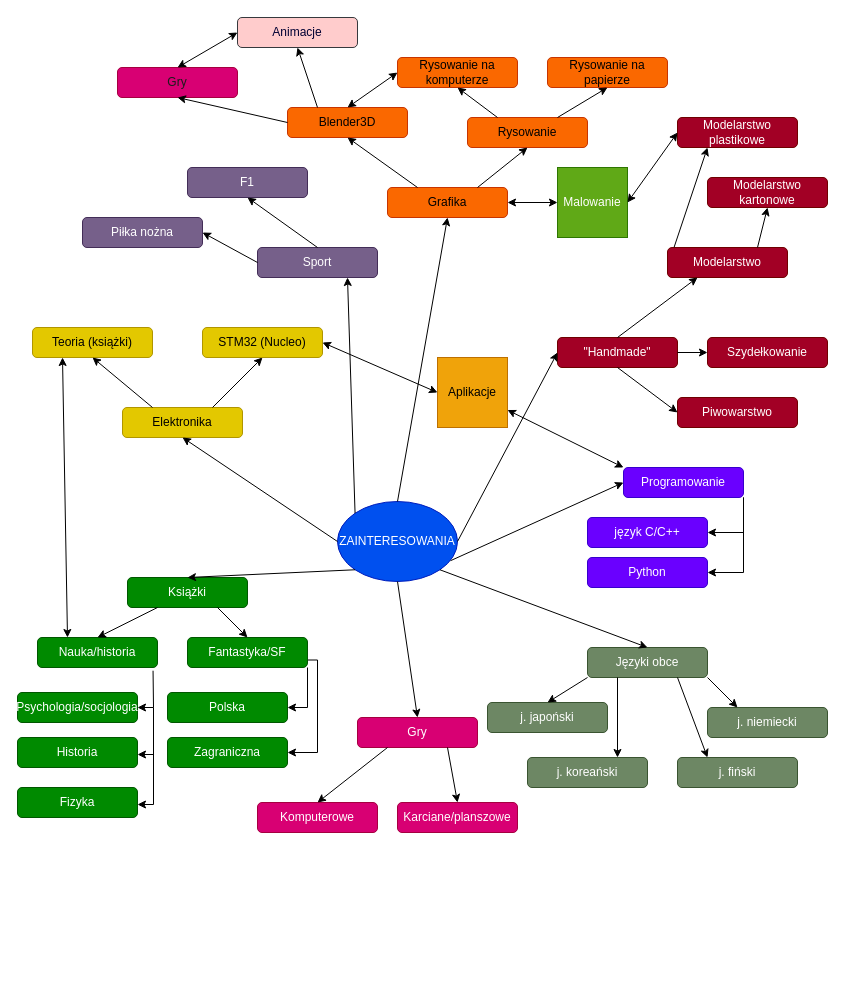
Dexmo-7/myWarmingUp keeps this draw.io diagram as Diagram bez tytułu.drawio. Above is the earlier version. Source tidied: cells renumbered, new cells numbered last; positions are measured from the earlier drawing's top-left corner, leaving out a move shared by most shapes. Both pictures are drawn from the tidied source at 100%, with x=0, y=0 at pixel (17, 17).
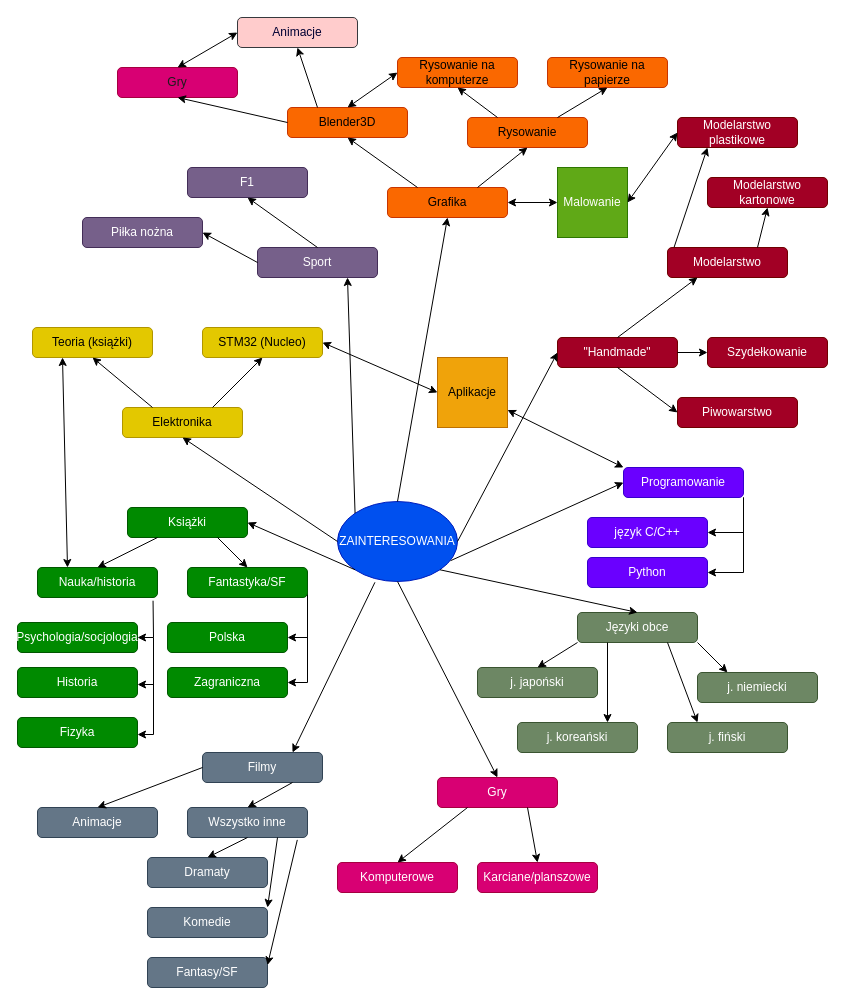
After the change.

Unchanged cells that the change refers to:
```xml
<mxCell id="6" value="ZAINTERESOWANIA" style="ellipse;whiteSpace=wrap;html=1;fillColor=#0050ef;strokeColor=#001DBC;fontColor=#ffffff;" parent="1" vertex="1">
  <mxGeometry x="320" y="484" width="120" height="80" as="geometry" />
</mxCell>
```

Diff of the diagram source:
```diff
@@
     <mxCell id="17" value="Książki" style="rounded=1;whiteSpace=wrap;html=1;fillColor=#008a00;fontColor=#ffffff;strokeColor=#005700;" parent="1" vertex="1">
-      <mxGeometry x="110" y="560" width="120" height="30" as="geometry" />
+      <mxGeometry x="110" y="490" width="120" height="30" as="geometry" />
     </mxCell>
-    <mxCell id="18" style="endArrow=classic;html=1;rounded=0;exitX=0;exitY=1;exitDx=0;exitDy=0;entryX=0.5;entryY=0;entryDx=0;entryDy=0;" parent="1" edge="1" source="6" target="17">
+    <mxCell id="18" style="endArrow=classic;html=1;rounded=0;exitX=0;exitY=1;exitDx=0;exitDy=0;entryX=1;entryY=0.5;entryDx=0;entryDy=0;" parent="1" edge="1" source="6" target="17">
       <mxGeometry relative="1" as="geometry" />
     </mxCell>
@@
     <mxCell id="20" style="edgeStyle=orthogonalEdgeStyle;rounded=0;jettySize=auto;html=1;entryX=1;entryY=0.5;entryDx=0;entryDy=0;exitX=1;exitY=0.75;exitDx=0;exitDy=0;" parent="1" edge="1" source="21" target="60">
       <mxGeometry relative="1" as="geometry">
         <Array as="points">
-          <mxPoint x="300" y="643" />
-          <mxPoint x="300" y="735" />
+          <mxPoint x="290" y="665" />
         </Array>
       </mxGeometry>
     </mxCell>
     <mxCell id="21" value="Fantastyka/SF" style="rounded=1;whiteSpace=wrap;html=1;fillColor=#008a00;fontColor=#ffffff;strokeColor=#005700;" parent="1" vertex="1">
-      <mxGeometry x="170" y="620" width="120" height="30" as="geometry" />
+      <mxGeometry x="170" y="550" width="120" height="30" as="geometry" />
     </mxCell>
     <mxCell id="22" value="Nauka/historia" style="rounded=1;whiteSpace=wrap;html=1;fillColor=#008a00;fontColor=#ffffff;strokeColor=#005700;" parent="1" vertex="1">
-      <mxGeometry x="20" y="620" width="120" height="30" as="geometry" />
+      <mxGeometry x="20" y="550" width="120" height="30" as="geometry" />
     </mxCell>
@@
     <mxCell id="49" value="Języki obce" style="rounded=1;whiteSpace=wrap;html=1;fillColor=#6d8764;fontColor=#ffffff;strokeColor=#3A5431;" parent="1" vertex="1">
-      <mxGeometry x="570" y="630" width="120" height="30" as="geometry" />
+      <mxGeometry x="560" y="595" width="120" height="30" as="geometry" />
     </mxCell>
@@
     <mxCell id="51" value="j. japoński" style="rounded=1;whiteSpace=wrap;html=1;fillColor=#6d8764;fontColor=#ffffff;strokeColor=#3A5431;" parent="1" vertex="1">
-      <mxGeometry x="470" y="685" width="120" height="30" as="geometry" />
+      <mxGeometry x="460" y="650" width="120" height="30" as="geometry" />
     </mxCell>
     <mxCell id="52" value="j. niemiecki" style="rounded=1;whiteSpace=wrap;html=1;fillColor=#6d8764;fontColor=#ffffff;strokeColor=#3A5431;" parent="1" vertex="1">
-      <mxGeometry x="690" y="690" width="120" height="30" as="geometry" />
+      <mxGeometry x="680" y="655" width="120" height="30" as="geometry" />
     </mxCell>
     <mxCell id="53" value="j. koreański" style="rounded=1;whiteSpace=wrap;html=1;fillColor=#6d8764;fontColor=#ffffff;strokeColor=#3A5431;" parent="1" vertex="1">
-      <mxGeometry x="510" y="740" width="120" height="30" as="geometry" />
+      <mxGeometry x="500" y="705" width="120" height="30" as="geometry" />
     </mxCell>
     <mxCell id="54" value="j. fiński" style="rounded=1;whiteSpace=wrap;html=1;fillColor=#6d8764;fontColor=#ffffff;strokeColor=#3A5431;" parent="1" vertex="1">
-      <mxGeometry x="660" y="740" width="120" height="30" as="geometry" />
+      <mxGeometry x="650" y="705" width="120" height="30" as="geometry" />
     </mxCell>
@@
     <mxCell id="59" value="Polska" style="rounded=1;whiteSpace=wrap;html=1;fillColor=#008a00;fontColor=#ffffff;strokeColor=#005700;" parent="1" vertex="1">
-      <mxGeometry x="150" y="675" width="120" height="30" as="geometry" />
+      <mxGeometry x="150" y="605" width="120" height="30" as="geometry" />
     </mxCell>
     <mxCell id="60" value="Zagraniczna" style="rounded=1;whiteSpace=wrap;html=1;fillColor=#008a00;fontColor=#ffffff;strokeColor=#005700;" parent="1" vertex="1">
-      <mxGeometry x="150" y="720" width="120" height="30" as="geometry" />
+      <mxGeometry x="150" y="650" width="120" height="30" as="geometry" />
     </mxCell>
     <mxCell id="61" value="Psychologia/socjologia" style="rounded=1;whiteSpace=wrap;html=1;fillColor=#008a00;fontColor=#ffffff;strokeColor=#005700;" parent="1" vertex="1">
-      <mxGeometry y="675" width="120" height="30" as="geometry" />
+      <mxGeometry y="605" width="120" height="30" as="geometry" />
     </mxCell>
     <mxCell id="62" value="Fizyka" style="rounded=1;whiteSpace=wrap;html=1;fillColor=#008a00;fontColor=#ffffff;strokeColor=#005700;" parent="1" vertex="1">
-      <mxGeometry y="770" width="120" height="30" as="geometry" />
+      <mxGeometry y="700" width="120" height="30" as="geometry" />
     </mxCell>
     <mxCell id="63" style="endArrow=classic;html=1;rounded=0;exitX=0.963;exitY=1.107;exitDx=0;exitDy=0;entryX=1;entryY=0.5;entryDx=0;entryDy=0;exitPerimeter=0;" parent="1" edge="1" source="22" target="61">
       <mxGeometry relative="1" as="geometry">
         <Array as="points">
-          <mxPoint x="136" y="690" />
+          <mxPoint x="136" y="620" />
         </Array>
       </mxGeometry>
     </mxCell>
     <mxCell id="64" style="endArrow=classic;html=1;rounded=0;" parent="1" edge="1">
       <mxGeometry relative="1" as="geometry">
-        <mxPoint x="136" y="690" as="sourcePoint" />
-        <mxPoint x="120" y="737" as="targetPoint" />
+        <mxPoint x="136" y="620" as="sourcePoint" />
+        <mxPoint x="120" y="667" as="targetPoint" />
         <Array as="points">
-          <mxPoint x="136" y="737" />
+          <mxPoint x="136" y="667" />
         </Array>
       </mxGeometry>
     </mxCell>
     <mxCell id="65" style="endArrow=classic;html=1;rounded=0;" parent="1" edge="1">
       <mxGeometry relative="1" as="geometry">
-        <mxPoint x="136" y="730" as="sourcePoint" />
-        <mxPoint x="120" y="787" as="targetPoint" />
+        <mxPoint x="136" y="660" as="sourcePoint" />
+        <mxPoint x="120" y="717" as="targetPoint" />
         <Array as="points">
-          <mxPoint x="136" y="787" />
+          <mxPoint x="136" y="717" />
         </Array>
       </mxGeometry>
     </mxCell>
     <mxCell id="66" value="Historia" style="rounded=1;whiteSpace=wrap;html=1;fillColor=#008a00;fontColor=#ffffff;strokeColor=#005700;" parent="1" vertex="1">
-      <mxGeometry y="720" width="120" height="30" as="geometry" />
+      <mxGeometry y="650" width="120" height="30" as="geometry" />
     </mxCell>
@@
     <mxCell id="74" value="Gry" style="rounded=1;whiteSpace=wrap;html=1;fillColor=#d80073;fontColor=#ffffff;strokeColor=#A50040;" parent="1" vertex="1">
-      <mxGeometry x="340" y="700" width="120" height="30" as="geometry" />
+      <mxGeometry x="420" y="760" width="120" height="30" as="geometry" />
     </mxCell>
     <mxCell id="75" value="Komputerowe" style="rounded=1;whiteSpace=wrap;html=1;fillColor=#d80073;fontColor=#ffffff;strokeColor=#A50040;" parent="1" vertex="1">
-      <mxGeometry x="240" y="785" width="120" height="30" as="geometry" />
+      <mxGeometry x="320" y="845" width="120" height="30" as="geometry" />
     </mxCell>
     <mxCell id="76" value="Karciane/planszowe" style="rounded=1;whiteSpace=wrap;html=1;fillColor=#d80073;fontColor=#ffffff;strokeColor=#A50040;" parent="1" vertex="1">
-      <mxGeometry x="380" y="785" width="120" height="30" as="geometry" />
+      <mxGeometry x="460" y="845" width="120" height="30" as="geometry" />
     </mxCell>
@@
+    <mxCell id="88" value="Filmy" style="rounded=1;whiteSpace=wrap;html=1;fillColor=#647687;fontColor=#ffffff;strokeColor=#314354;" parent="1" vertex="1">
+      <mxGeometry x="185" y="735" width="120" height="30" as="geometry" />
+    </mxCell>
+    <mxCell id="89" value="Animacje" style="rounded=1;whiteSpace=wrap;html=1;fillColor=#647687;fontColor=#ffffff;strokeColor=#314354;" parent="1" vertex="1">
+      <mxGeometry x="20" y="790" width="120" height="30" as="geometry" />
+    </mxCell>
+    <mxCell id="90" value="Wszystko inne" style="rounded=1;whiteSpace=wrap;html=1;fillColor=#647687;fontColor=#ffffff;strokeColor=#314354;" parent="1" vertex="1">
+      <mxGeometry x="170" y="790" width="120" height="30" as="geometry" />
+    </mxCell>
+    <mxCell id="91" style="endArrow=classic;html=1;rounded=0;exitX=0.312;exitY=1.01;exitDx=0;exitDy=0;entryX=0.75;entryY=0;entryDx=0;entryDy=0;exitPerimeter=0;" parent="1" edge="1" source="6" target="88">
+      <mxGeometry relative="1" as="geometry" />
+    </mxCell>
+    <mxCell id="92" style="endArrow=classic;html=1;rounded=0;entryX=0.5;entryY=0;entryDx=0;entryDy=0;exitX=0;exitY=0.5;exitDx=0;exitDy=0;" parent="1" edge="1" source="88" target="89">
+      <mxGeometry relative="1" as="geometry" />
+    </mxCell>
+    <mxCell id="93" style="endArrow=classic;html=1;rounded=0;entryX=0.5;entryY=0;entryDx=0;entryDy=0;exitX=0.75;exitY=1;exitDx=0;exitDy=0;" parent="1" edge="1" source="88" target="90">
+      <mxGeometry relative="1" as="geometry" />
+    </mxCell>
+    <mxCell id="94" value="Dramaty" style="rounded=1;whiteSpace=wrap;html=1;fillColor=#647687;fontColor=#ffffff;strokeColor=#314354;" parent="1" vertex="1">
+      <mxGeometry x="130" y="840" width="120" height="30" as="geometry" />
+    </mxCell>
+    <mxCell id="95" value="Komedie" style="rounded=1;whiteSpace=wrap;html=1;fillColor=#647687;fontColor=#ffffff;strokeColor=#314354;" parent="1" vertex="1">
+      <mxGeometry x="130" y="890" width="120" height="30" as="geometry" />
+    </mxCell>
+    <mxCell id="96" value="Fantasy/SF" style="rounded=1;whiteSpace=wrap;html=1;fillColor=#647687;fontColor=#ffffff;strokeColor=#314354;" parent="1" vertex="1">
+      <mxGeometry x="130" y="940" width="120" height="30" as="geometry" />
+    </mxCell>
+    <mxCell id="97" style="endArrow=classic;html=1;rounded=0;exitX=0.5;exitY=1;exitDx=0;exitDy=0;entryX=0.5;entryY=0;entryDx=0;entryDy=0;" parent="1" edge="1" source="90" target="94">
+      <mxGeometry relative="1" as="geometry" />
+    </mxCell>
+    <mxCell id="98" style="endArrow=classic;html=1;rounded=0;exitX=0.75;exitY=1;exitDx=0;exitDy=0;entryX=1;entryY=0;entryDx=0;entryDy=0;" parent="1" edge="1" source="90" target="95">
+      <mxGeometry relative="1" as="geometry" />
+    </mxCell>
+    <mxCell id="99" style="endArrow=classic;html=1;rounded=0;exitX=0.915;exitY=1.08;exitDx=0;exitDy=0;entryX=1;entryY=0.25;entryDx=0;entryDy=0;exitPerimeter=0;" parent="1" edge="1" source="90" target="96">
+      <mxGeometry relative="1" as="geometry" />
+    </mxCell>
```
